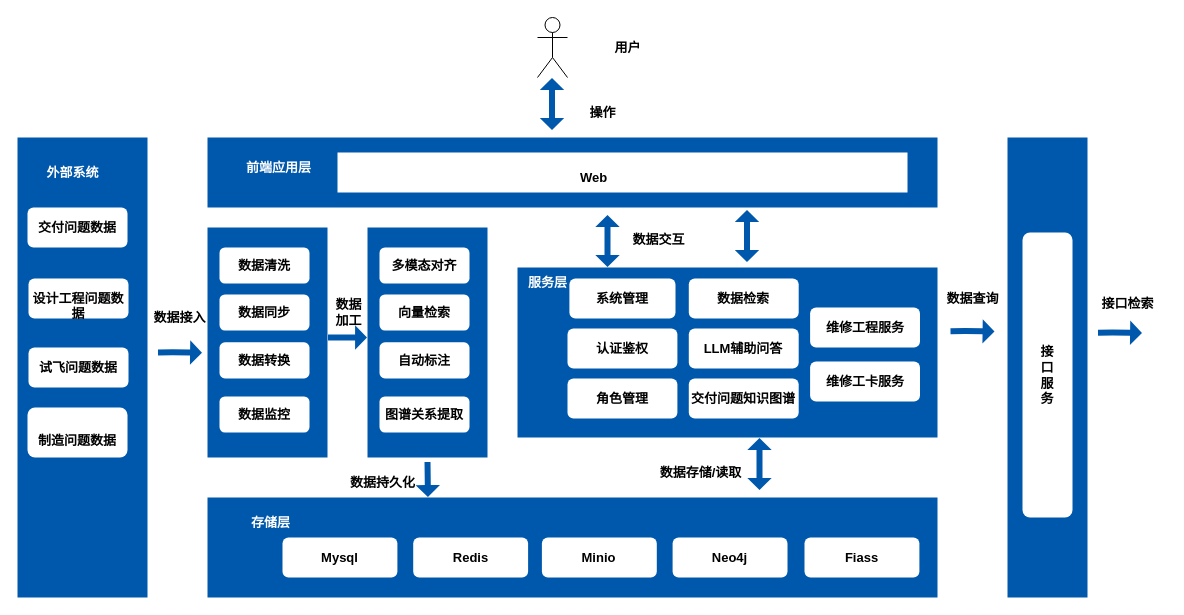
DemonHan/KuickBuy keeps this draw.io diagram as 数据检索与维修数据服/C919型号问题数据检索数据架构系统.drawio. Above is the earlier version. Source tidied: cells renumbered, new cells numbered last; positions are measured from the earlier drawing's top-left corner, leaving out a move shared by most shapes. Both pictures are drawn from the tidied source at 100%, with x=0, y=0 at pixel (17, 17).
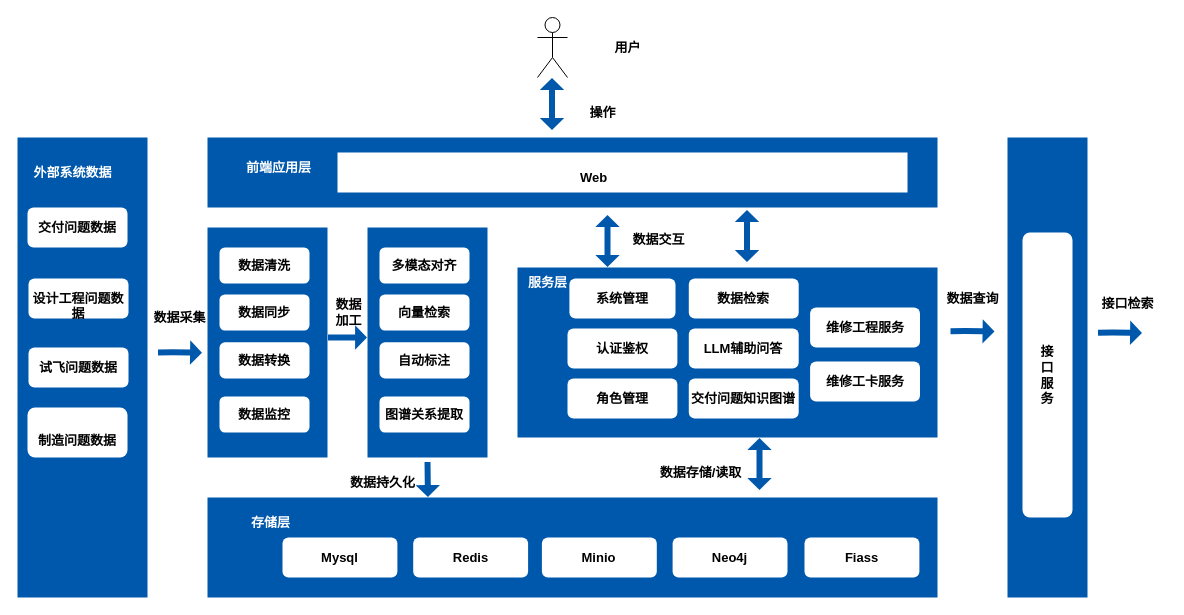
Above is the later version.

Commit message:
更新C919型号问题数据检索数据架构系统.drawio

Diff of the diagram source:
```diff
@@
-    <mxCell id="20" value="外部系统" style="text;html=1;align=center;verticalAlign=middle;strokeColor=none;fillColor=none;fontColor=#FFFFFF;fontStyle=1;fontSize=13;" parent="1" vertex="1">
-      <mxGeometry x="15" y="140" width="80" height="30" as="geometry" />
+    <mxCell id="20" value="外部系统数据" style="text;html=1;align=center;verticalAlign=middle;strokeColor=none;fillColor=none;fontColor=#FFFFFF;fontStyle=1;fontSize=13;" parent="1" vertex="1">
+      <mxGeometry x="5" y="140" width="100" height="30" as="geometry" />
     </mxCell>
@@
-    <mxCell id="51" value="数据接入" style="text;html=1;align=center;verticalAlign=middle;strokeColor=none;fillColor=none;fontColor=#000000;fontStyle=1;fontSize=13;" parent="1" vertex="1">
+    <mxCell id="51" value="数据采集" style="text;html=1;align=center;verticalAlign=middle;strokeColor=none;fillColor=none;fontColor=#000000;fontStyle=1;fontSize=13;" parent="1" vertex="1">
       <mxGeometry x="122" y="285" width="80" height="30" as="geometry" />
     </mxCell>
```
